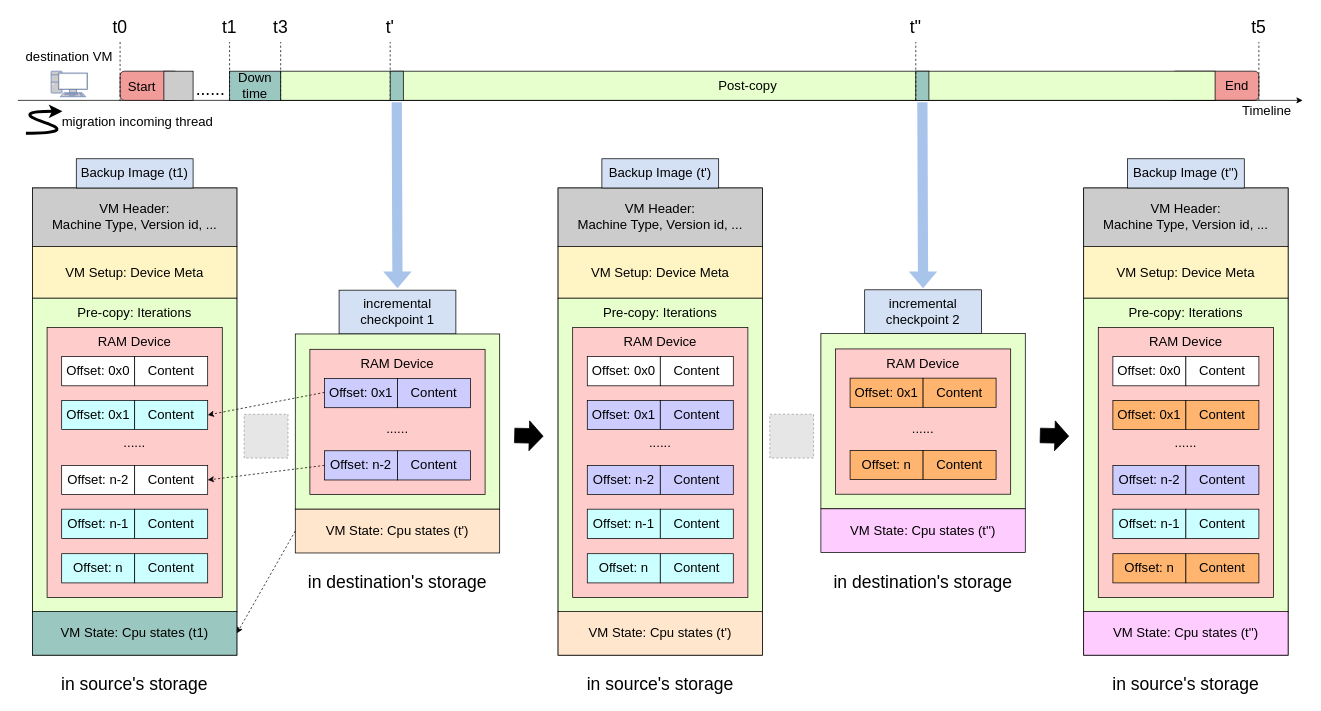
This is qemu-migration/final/backup img + replay 3.drawio from xuyizhe1999/drawio, a draw.io file, before an edit. Source tidied: cells renumbered, new cells numbered last; positions are measured from the earlier drawing's top-left corner, leaving out a move shared by most shapes. Both pictures are drawn from the tidied source at 73%, with x=0, y=0 at pixel (11, 12). Pictures stored in the file or linked from it are replaced by grey dashed boxes.
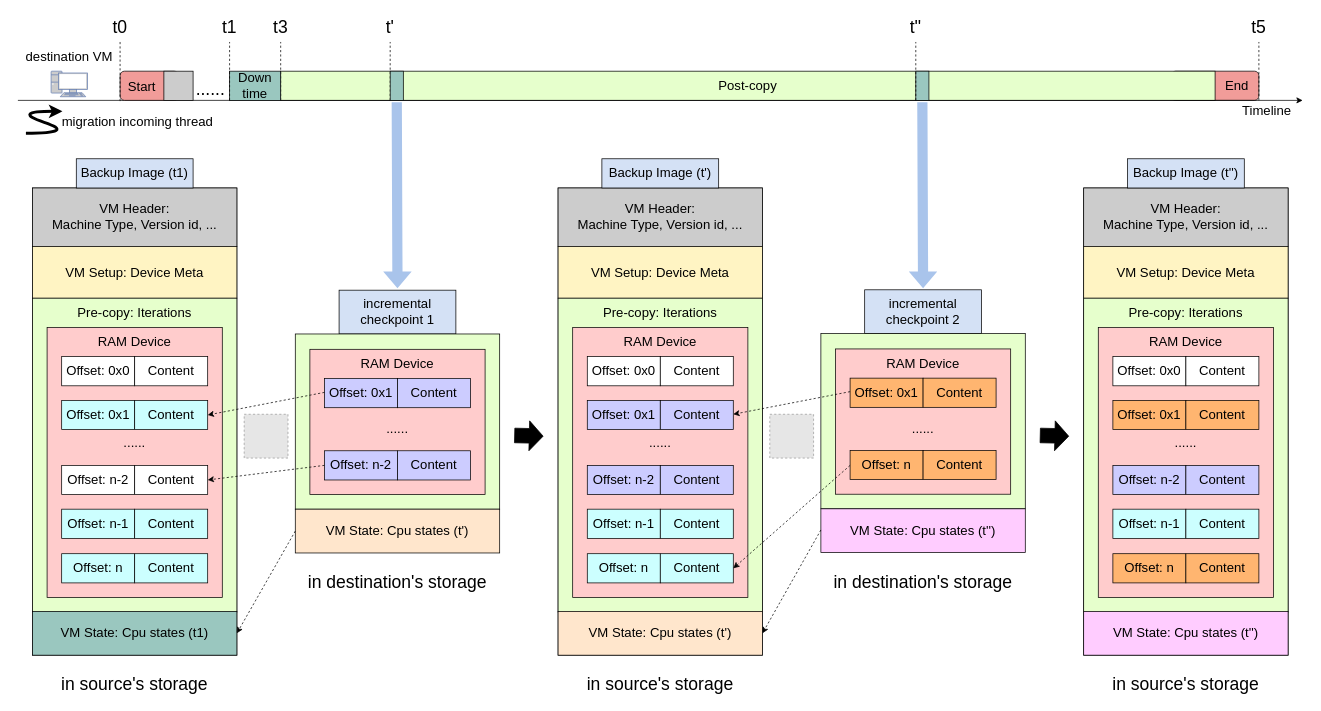
The same page after the edit.

The change refers to these unchanged cells:
```xml
<mxCell id="66" value="&lt;font style=&quot;font-size: 18px;&quot;&gt;Content&lt;/font&gt;" style="rounded=0;whiteSpace=wrap;html=1;fillColor=#CCFFFF;" parent="1" vertex="1">
  <mxGeometry x="889" y="741" width="100" height="40" as="geometry" />
</mxCell>
<mxCell id="67" value="&lt;font style=&quot;font-size: 18px;&quot;&gt;VM State: Cpu states (t')&lt;/font&gt;" style="rounded=0;whiteSpace=wrap;html=1;fillColor=#FFE6CC;" parent="1" vertex="1">
  <mxGeometry x="749" y="820" width="280" height="60" as="geometry" />
</mxCell>
```

What changed in the source:
```diff
@@
+    <mxCell id="125" style="endArrow=classic;html=1;rounded=0;entryX=1;entryY=0.5;entryDx=0;entryDy=0;dashed=1;" parent="1" edge="1">
+      <mxGeometry relative="1" as="geometry">
+        <mxPoint x="1149" y="519" as="sourcePoint" />
+        <mxPoint x="989" y="550" as="targetPoint" />
+      </mxGeometry>
+    </mxCell>
+    <mxCell id="126" style="endArrow=classic;html=1;rounded=0;entryX=1;entryY=0.5;entryDx=0;entryDy=0;dashed=1;" parent="1" edge="1" target="66">
+      <mxGeometry relative="1" as="geometry">
+        <mxPoint x="1149" y="620" as="sourcePoint" />
+      </mxGeometry>
+    </mxCell>
+    <mxCell id="127" style="endArrow=classic;html=1;rounded=0;entryX=1;entryY=0.5;entryDx=0;entryDy=0;dashed=1;" parent="1" edge="1" target="67">
+      <mxGeometry relative="1" as="geometry">
+        <mxPoint x="1109" y="708.5" as="sourcePoint" />
+      </mxGeometry>
+    </mxCell>
```
